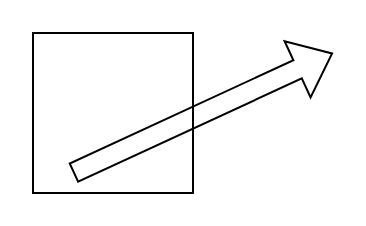
Earlier version of the draw.io diagram 1.drawio (wheelo/todo-test). Source tidied: cells renumbered, new cells numbered last; positions are measured from the earlier drawing's top-left corner, leaving out a move shared by most shapes. Both pictures are drawn from the tidied source at 200%, with x=0, y=0 at pixel (32, 32).
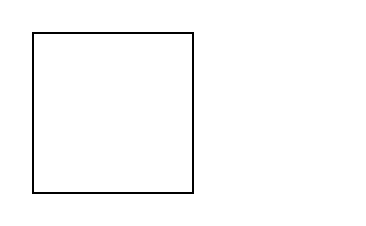
Above is the later version.

What changed in the source:
```diff
@@
 <mxGraphModel>
   <root>
     <mxCell id="0" />
     <mxCell id="1" parent="0" />
     <mxCell id="2" style="whiteSpace=wrap;html=1;" parent="1" vertex="1">
       <mxGeometry width="80" height="80" as="geometry" />
     </mxCell>
-    <mxCell id="3" style="shape=flexArrow;endArrow=classic;html=1;rounded=0;" parent="1" edge="1">
-      <mxGeometry relative="1" as="geometry">
-        <mxPoint x="20" y="70" as="sourcePoint" />
-        <mxPoint x="150" y="10" as="targetPoint" />
-      </mxGeometry>
-    </mxCell>
   </root>
 </mxGraphModel>
```
